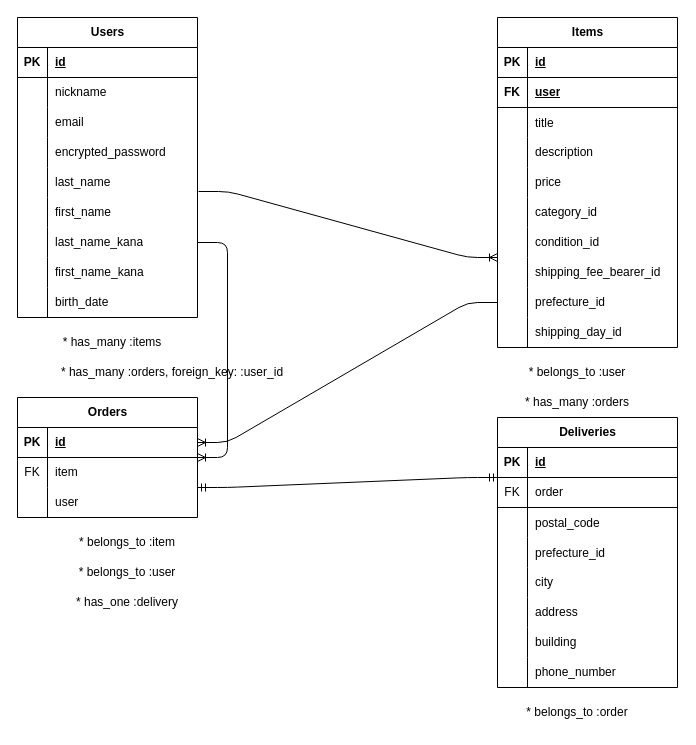
This is ERfile.dio from yout-a/furima-42334, a draw.io file, before an edit. Source tidied: cells renumbered, new cells numbered last; positions are measured from the earlier drawing's top-left corner, leaving out a move shared by most shapes. Both pictures are drawn from the tidied source at 100%, with x=0, y=0 at pixel (17, 17).
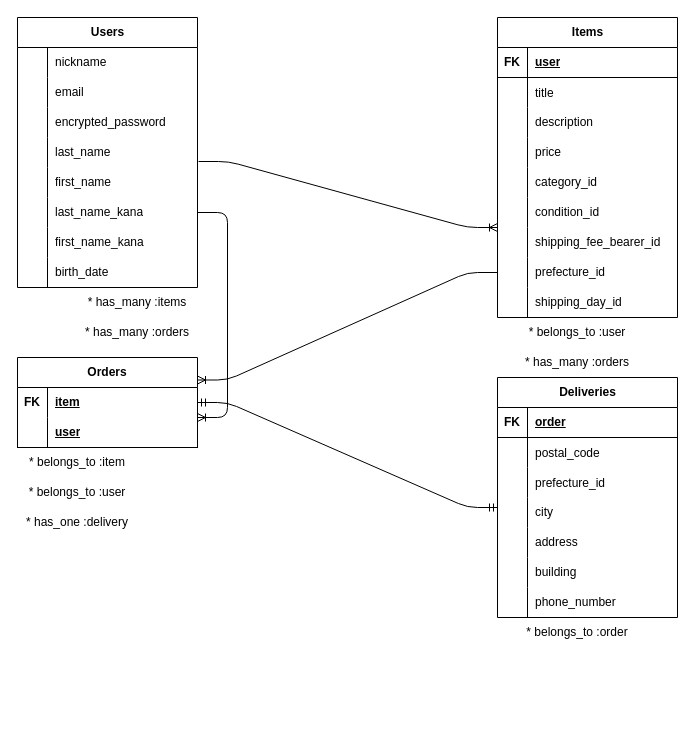
Above is the later version.

The edit, as a diff of the source:
```diff
@@
     <mxCell id="2" value="Users" style="shape=table;startSize=30;childLayout=tableLayout;rowLines=0;fontStyle=1;align=center;html=1;" parent="1" vertex="1">
-      <mxGeometry width="180" height="300" as="geometry" />
+      <mxGeometry width="180" height="270" as="geometry" />
     </mxCell>
-    <mxCell id="3" style="shape=tableRow;horizontal=0;startSize=0;swimlaneHead=0;swimlaneBody=0;fillColor=none;top=0;left=0;right=0;bottom=1;" parent="2" vertex="1">
-      <mxGeometry y="30" width="180" height="30" as="geometry" />
-    </mxCell>
-    <mxCell id="4" value="PK" style="shape=partialRectangle;fillColor=none;top=0;left=0;bottom=0;right=0;fontStyle=1;overflow=hidden;whiteSpace=wrap;html=1;" parent="3" vertex="1">
-      <mxGeometry width="30" height="30" as="geometry" />
-    </mxCell>
-    <mxCell id="5" value="id" style="shape=partialRectangle;fillColor=none;top=0;left=0;bottom=0;right=0;align=left;spacingLeft=6;fontStyle=5;overflow=hidden;whiteSpace=wrap;html=1;" parent="3" vertex="1">
-      <mxGeometry x="30" width="150" height="30" as="geometry" />
-    </mxCell>
     <mxCell id="6" style="shape=tableRow;horizontal=0;startSize=0;swimlaneHead=0;swimlaneBody=0;fillColor=none;top=0;left=0;right=0;bottom=0;" parent="2" vertex="1">
-      <mxGeometry y="60" width="180" height="30" as="geometry" />
+      <mxGeometry y="30" width="180" height="30" as="geometry" />
     </mxCell>
@@
     <mxCell id="9" style="shape=tableRow;horizontal=0;startSize=0;swimlaneHead=0;swimlaneBody=0;fillColor=none;top=0;left=0;right=0;bottom=0;" parent="2" vertex="1">
-      <mxGeometry y="90" width="180" height="30" as="geometry" />
+      <mxGeometry y="60" width="180" height="30" as="geometry" />
     </mxCell>
@@
     <mxCell id="12" style="shape=tableRow;horizontal=0;startSize=0;swimlaneHead=0;swimlaneBody=0;fillColor=none;top=0;left=0;right=0;bottom=0;" parent="2" vertex="1">
-      <mxGeometry y="120" width="180" height="30" as="geometry" />
+      <mxGeometry y="90" width="180" height="30" as="geometry" />
     </mxCell>
@@
     <mxCell id="15" style="shape=tableRow;horizontal=0;startSize=0;swimlaneHead=0;swimlaneBody=0;fillColor=none;points=[[0,0.5],[1,0.5]];portConstraint=eastwest;top=0;left=0;right=0;bottom=0;" parent="2" vertex="1">
-      <mxGeometry y="150" width="180" height="30" as="geometry" />
+      <mxGeometry y="120" width="180" height="30" as="geometry" />
     </mxCell>
@@
     <mxCell id="18" style="shape=tableRow;horizontal=0;startSize=0;swimlaneHead=0;swimlaneBody=0;fillColor=none;top=0;left=0;right=0;bottom=0;" parent="2" vertex="1">
-      <mxGeometry y="180" width="180" height="30" as="geometry" />
+      <mxGeometry y="150" width="180" height="30" as="geometry" />
     </mxCell>
@@
     <mxCell id="21" style="shape=tableRow;horizontal=0;startSize=0;swimlaneHead=0;swimlaneBody=0;fillColor=none;points=[[0,0.5],[1,0.5]];portConstraint=eastwest;top=0;left=0;right=0;bottom=0;" parent="2" vertex="1">
-      <mxGeometry y="210" width="180" height="30" as="geometry" />
+      <mxGeometry y="180" width="180" height="30" as="geometry" />
     </mxCell>
@@
     <mxCell id="24" style="shape=tableRow;horizontal=0;startSize=0;swimlaneHead=0;swimlaneBody=0;fillColor=none;top=0;left=0;right=0;bottom=0;" parent="2" vertex="1">
-      <mxGeometry y="240" width="180" height="30" as="geometry" />
+      <mxGeometry y="210" width="180" height="30" as="geometry" />
     </mxCell>
@@
     <mxCell id="27" style="shape=tableRow;horizontal=0;startSize=0;swimlaneHead=0;swimlaneBody=0;fillColor=none;top=0;left=0;right=0;bottom=0;" parent="2" vertex="1">
-      <mxGeometry y="270" width="180" height="30" as="geometry" />
+      <mxGeometry y="240" width="180" height="30" as="geometry" />
     </mxCell>
@@
     <mxCell id="30" value="Items" style="shape=table;startSize=30;childLayout=tableLayout;rowLines=0;fontStyle=1;align=center;html=1;" parent="1" vertex="1">
-      <mxGeometry x="480" width="180" height="330" as="geometry" />
+      <mxGeometry x="480" width="180" height="300" as="geometry" />
     </mxCell>
-    <mxCell id="31" style="shape=tableRow;horizontal=0;startSize=0;swimlaneHead=0;swimlaneBody=0;fillColor=none;top=0;left=0;right=0;bottom=1;" parent="30" vertex="1">
-      <mxGeometry y="30" width="180" height="30" as="geometry" />
-    </mxCell>
-    <mxCell id="32" value="PK" style="shape=partialRectangle;fillColor=none;top=0;left=0;bottom=0;right=0;fontStyle=1;overflow=hidden;whiteSpace=wrap;html=1;" parent="31" vertex="1">
-      <mxGeometry width="30" height="30" as="geometry" />
-    </mxCell>
-    <mxCell id="33" value="id" style="shape=partialRectangle;fillColor=none;top=0;left=0;bottom=0;right=0;align=left;spacingLeft=6;fontStyle=5;overflow=hidden;whiteSpace=wrap;html=1;" parent="31" vertex="1">
-      <mxGeometry x="30" width="150" height="30" as="geometry" />
-    </mxCell>
     <mxCell id="34" style="shape=tableRow;horizontal=0;startSize=0;swimlaneHead=0;swimlaneBody=0;fillColor=none;top=0;left=0;right=0;bottom=1;" parent="30" vertex="1">
-      <mxGeometry y="60" width="180" height="30" as="geometry" />
+      <mxGeometry y="30" width="180" height="30" as="geometry" />
     </mxCell>
@@
     <mxCell id="37" style="shape=tableRow;horizontal=0;startSize=0;swimlaneHead=0;swimlaneBody=0;fillColor=none;top=0;left=0;right=0;bottom=0;" parent="30" vertex="1">
-      <mxGeometry y="90" width="180" height="30" as="geometry" />
+      <mxGeometry y="60" width="180" height="30" as="geometry" />
     </mxCell>
@@
     <mxCell id="40" style="shape=tableRow;horizontal=0;startSize=0;swimlaneHead=0;swimlaneBody=0;fillColor=none;top=0;left=0;right=0;bottom=0;" parent="30" vertex="1">
-      <mxGeometry y="120" width="180" height="30" as="geometry" />
+      <mxGeometry y="90" width="180" height="30" as="geometry" />
     </mxCell>
@@
     <mxCell id="43" style="shape=tableRow;horizontal=0;startSize=0;swimlaneHead=0;swimlaneBody=0;fillColor=none;top=0;left=0;right=0;bottom=0;" parent="30" vertex="1">
-      <mxGeometry y="150" width="180" height="30" as="geometry" />
+      <mxGeometry y="120" width="180" height="30" as="geometry" />
     </mxCell>
@@
     <mxCell id="46" style="shape=tableRow;horizontal=0;startSize=0;swimlaneHead=0;swimlaneBody=0;fillColor=none;top=0;left=0;right=0;bottom=0;" parent="30" vertex="1">
-      <mxGeometry y="180" width="180" height="30" as="geometry" />
+      <mxGeometry y="150" width="180" height="30" as="geometry" />
     </mxCell>
@@
     <mxCell id="49" style="shape=tableRow;horizontal=0;startSize=0;swimlaneHead=0;swimlaneBody=0;fillColor=none;top=0;left=0;right=0;bottom=0;" parent="30" vertex="1">
-      <mxGeometry y="210" width="180" height="30" as="geometry" />
+      <mxGeometry y="180" width="180" height="30" as="geometry" />
     </mxCell>
@@
     <mxCell id="52" style="shape=tableRow;horizontal=0;startSize=0;swimlaneHead=0;swimlaneBody=0;fillColor=none;points=[[0,0.5],[1,0.5]];portConstraint=eastwest;top=0;left=0;right=0;bottom=0;" parent="30" vertex="1">
-      <mxGeometry y="240" width="180" height="30" as="geometry" />
+      <mxGeometry y="210" width="180" height="30" as="geometry" />
     </mxCell>
@@
     <mxCell id="55" style="shape=tableRow;horizontal=0;startSize=0;swimlaneHead=0;swimlaneBody=0;fillColor=none;points=[[0,0.5],[1,0.5]];portConstraint=eastwest;top=0;left=0;right=0;bottom=0;" parent="30" vertex="1">
-      <mxGeometry y="270" width="180" height="30" as="geometry" />
+      <mxGeometry y="240" width="180" height="30" as="geometry" />
     </mxCell>
@@
     <mxCell id="58" style="shape=tableRow;horizontal=0;startSize=0;swimlaneHead=0;swimlaneBody=0;fillColor=none;top=0;left=0;right=0;bottom=0;" parent="30" vertex="1">
-      <mxGeometry y="300" width="180" height="30" as="geometry" />
+      <mxGeometry y="270" width="180" height="30" as="geometry" />
     </mxCell>
@@
     <mxCell id="61" value="Deliveries" style="shape=table;startSize=30;childLayout=tableLayout;rowLines=0;fontStyle=1;align=center;html=1;" parent="1" vertex="1">
-      <mxGeometry x="480" y="400" width="180" height="270" as="geometry" />
+      <mxGeometry x="480" y="360" width="180" height="240" as="geometry" />
     </mxCell>
-    <mxCell id="62" style="shape=tableRow;horizontal=0;startSize=0;swimlaneHead=0;swimlaneBody=0;fillColor=none;top=0;left=0;right=0;bottom=1;" parent="61" vertex="1">
-      <mxGeometry y="30" width="180" height="30" as="geometry" />
-    </mxCell>
-    <mxCell id="63" value="PK" style="shape=partialRectangle;fillColor=none;top=0;left=0;bottom=0;right=0;fontStyle=1;overflow=hidden;whiteSpace=wrap;html=1;" parent="62" vertex="1">
-      <mxGeometry width="30" height="30" as="geometry" />
-    </mxCell>
-    <mxCell id="64" value="id" style="shape=partialRectangle;fillColor=none;top=0;left=0;bottom=0;right=0;align=left;spacingLeft=6;fontStyle=5;overflow=hidden;whiteSpace=wrap;html=1;" parent="62" vertex="1">
-      <mxGeometry x="30" width="150" height="30" as="geometry" />
-    </mxCell>
-    <mxCell id="65" style="shape=tableRow;horizontal=0;startSize=0;swimlaneHead=0;swimlaneBody=0;fillColor=none;points=[[0,0.5],[1,0.5]];portConstraint=eastwest;top=0;left=0;right=0;bottom=0;" parent="61" vertex="1">
-      <mxGeometry y="60" width="180" height="30" as="geometry" />
-    </mxCell>
-    <mxCell id="66" value="FK" style="shape=partialRectangle;fillColor=none;top=0;left=0;bottom=0;right=0;overflow=hidden;whiteSpace=wrap;html=1;" parent="65" vertex="1">
-      <mxGeometry width="30" height="30" as="geometry" />
-    </mxCell>
+    <mxCell id="109" style="shape=tableRow;horizontal=0;startSize=0;swimlaneHead=0;swimlaneBody=0;fillColor=none;top=0;left=0;right=0;bottom=1;" parent="61" vertex="1">
+      <mxGeometry y="30" width="180" height="30" as="geometry" />
+    </mxCell>
+    <mxCell id="110" value="FK" style="shape=partialRectangle;fillColor=none;top=0;left=0;bottom=0;right=0;fontStyle=1;overflow=hidden;whiteSpace=wrap;html=1;" parent="109" vertex="1">
+      <mxGeometry width="30" height="30" as="geometry" />
+    </mxCell>
-    <mxCell id="67" value="order" style="shape=partialRectangle;fillColor=none;top=0;left=0;bottom=0;right=0;align=left;spacingLeft=6;overflow=hidden;whiteSpace=wrap;html=1;" parent="65" vertex="1">
+    <mxCell id="67" value="order" style="shape=partialRectangle;fillColor=none;top=0;left=0;bottom=0;right=0;align=left;spacingLeft=6;fontStyle=5;overflow=hidden;whiteSpace=wrap;html=1;" parent="109" vertex="1">
       <mxGeometry x="30" width="150" height="30" as="geometry" />
     </mxCell>
     <mxCell id="68" style="shape=tableRow;horizontal=0;startSize=0;swimlaneHead=0;swimlaneBody=0;fillColor=none;points=[[0,0.5],[1,0.5]];portConstraint=eastwest;top=0;left=0;right=0;bottom=0;" parent="61" vertex="1">
-      <mxGeometry y="90" width="180" height="30" as="geometry" />
+      <mxGeometry y="60" width="180" height="30" as="geometry" />
     </mxCell>
@@
     <mxCell id="71" style="shape=tableRow;horizontal=0;startSize=0;swimlaneHead=0;swimlaneBody=0;fillColor=none;top=0;left=0;right=0;bottom=0;" parent="61" vertex="1">
-      <mxGeometry y="120" width="180" height="30" as="geometry" />
+      <mxGeometry y="90" width="180" height="30" as="geometry" />
     </mxCell>
@@
     <mxCell id="74" style="shape=tableRow;horizontal=0;startSize=0;swimlaneHead=0;swimlaneBody=0;fillColor=none;top=0;left=0;right=0;bottom=0;" parent="61" vertex="1">
-      <mxGeometry y="150" width="180" height="30" as="geometry" />
+      <mxGeometry y="120" width="180" height="30" as="geometry" />
     </mxCell>
@@
     <mxCell id="77" style="shape=tableRow;horizontal=0;startSize=0;swimlaneHead=0;swimlaneBody=0;fillColor=none;top=0;left=0;right=0;bottom=0;" parent="61" vertex="1">
-      <mxGeometry y="180" width="180" height="30" as="geometry" />
+      <mxGeometry y="150" width="180" height="30" as="geometry" />
     </mxCell>
@@
     <mxCell id="80" style="shape=tableRow;horizontal=0;startSize=0;swimlaneHead=0;swimlaneBody=0;fillColor=none;top=0;left=0;right=0;bottom=0;" parent="61" vertex="1">
-      <mxGeometry y="210" width="180" height="30" as="geometry" />
+      <mxGeometry y="180" width="180" height="30" as="geometry" />
     </mxCell>
@@
     <mxCell id="83" style="shape=tableRow;horizontal=0;startSize=0;swimlaneHead=0;swimlaneBody=0;fillColor=none;top=0;left=0;right=0;bottom=0;" parent="61" vertex="1">
-      <mxGeometry y="240" width="180" height="30" as="geometry" />
+      <mxGeometry y="210" width="180" height="30" as="geometry" />
     </mxCell>
@@
-    <mxCell id="86" style="endArrow=none;html=1;rounded=0;exitX=0;exitY=0;exitDx=0;exitDy=0;exitPerimeter=0;entryX=1;entryY=1;entryDx=0;entryDy=0;entryPerimeter=0;" parent="61" edge="1" source="68" target="65">
-      <mxGeometry relative="1" as="geometry" />
-    </mxCell>
-    <mxCell id="87" value="Orders" style="shape=table;startSize=30;childLayout=tableLayout;rowLines=0;fontStyle=1;align=center;html=1;" parent="1" vertex="1">
-      <mxGeometry y="380" width="180" height="120" as="geometry" />
-    </mxCell>
-    <mxCell id="88" style="shape=tableRow;horizontal=0;startSize=0;swimlaneHead=0;swimlaneBody=0;fillColor=none;points=[[0,0.5],[1,0.5]];portConstraint=eastwest;top=0;left=0;right=0;bottom=1;" parent="87" vertex="1">
-      <mxGeometry y="30" width="180" height="30" as="geometry" />
-    </mxCell>
-    <mxCell id="89" value="PK" style="shape=partialRectangle;fillColor=none;top=0;left=0;bottom=0;right=0;fontStyle=1;overflow=hidden;whiteSpace=wrap;html=1;" parent="88" vertex="1">
-      <mxGeometry width="30" height="30" as="geometry" />
-    </mxCell>
-    <mxCell id="90" value="id" style="shape=partialRectangle;fillColor=none;top=0;left=0;bottom=0;right=0;align=left;spacingLeft=6;fontStyle=5;overflow=hidden;whiteSpace=wrap;html=1;" parent="88" vertex="1">
-      <mxGeometry x="30" width="150" height="30" as="geometry" />
-    </mxCell>
-    <mxCell id="91" style="shape=tableRow;horizontal=0;startSize=0;swimlaneHead=0;swimlaneBody=0;fillColor=none;top=0;left=0;right=0;bottom=0;" parent="87" vertex="1">
-      <mxGeometry y="60" width="180" height="30" as="geometry" />
-    </mxCell>
-    <mxCell id="92" value="FK" style="shape=partialRectangle;fillColor=none;top=0;left=0;bottom=0;right=0;overflow=hidden;whiteSpace=wrap;html=1;" parent="91" vertex="1">
-      <mxGeometry width="30" height="30" as="geometry" />
-    </mxCell>
-    <mxCell id="93" value="item" style="shape=partialRectangle;fillColor=none;top=0;left=0;bottom=0;right=0;align=left;spacingLeft=6;overflow=hidden;whiteSpace=wrap;html=1;" parent="91" vertex="1">
-      <mxGeometry x="30" width="150" height="30" as="geometry" />
-    </mxCell>
-    <mxCell id="94" style="shape=tableRow;horizontal=0;startSize=0;swimlaneHead=0;swimlaneBody=0;fillColor=none;points=[[0,0.5],[1,0.5]];portConstraint=eastwest;top=0;left=0;right=0;bottom=0;" parent="87" vertex="1">
-      <mxGeometry y="90" width="180" height="30" as="geometry" />
-    </mxCell>
-    <mxCell id="95" style="shape=partialRectangle;fillColor=none;top=0;left=0;bottom=0;right=0;overflow=hidden;whiteSpace=wrap;html=1;" parent="94" vertex="1">
-      <mxGeometry width="30" height="30" as="geometry" />
-    </mxCell>
-    <mxCell id="96" value="user" style="shape=partialRectangle;fillColor=none;top=0;left=0;bottom=0;right=0;align=left;spacingLeft=6;overflow=hidden;whiteSpace=wrap;html=1;" parent="94" vertex="1">
-      <mxGeometry x="30" width="150" height="30" as="geometry" />
-    </mxCell>
@@
-    <mxCell id="98" style="edgeStyle=entityRelationEdgeStyle;fontSize=12;html=1;endArrow=ERoneToMany;exitX=1;exitY=0.5;exitDx=0;exitDy=0;" parent="1" edge="1" source="21" target="87">
+    <mxCell id="98" style="edgeStyle=entityRelationEdgeStyle;fontSize=12;html=1;endArrow=ERoneToMany;exitX=1;exitY=0.5;exitDx=0;exitDy=0;entryX=1;entryY=0;entryDx=0;entryDy=0;entryPerimeter=0;" parent="1" edge="1" source="21" target="113">
       <mxGeometry relative="1" as="geometry" />
     </mxCell>
-    <mxCell id="99" style="edgeStyle=entityRelationEdgeStyle;fontSize=12;html=1;endArrow=ERoneToMany;entryX=1;entryY=0.5;entryDx=0;entryDy=0;exitX=0;exitY=0.5;exitDx=0;exitDy=0;" parent="1" edge="1" source="55" target="88">
+    <mxCell id="99" style="edgeStyle=entityRelationEdgeStyle;fontSize=12;html=1;endArrow=ERoneToMany;entryX=1;entryY=0.25;entryDx=0;entryDy=0;exitX=0;exitY=0.5;exitDx=0;exitDy=0;" parent="1" edge="1" source="55" target="87">
       <mxGeometry relative="1" as="geometry" />
     </mxCell>
-    <mxCell id="100" style="edgeStyle=entityRelationEdgeStyle;fontSize=12;html=1;endArrow=ERmandOne;startArrow=ERmandOne;exitX=1;exitY=0;exitDx=0;exitDy=0;exitPerimeter=0;entryX=0;entryY=0;entryDx=0;entryDy=0;entryPerimeter=0;" parent="1" edge="1" source="94" target="65">
-      <mxGeometry relative="1" as="geometry" />
+    <mxCell id="100" style="edgeStyle=entityRelationEdgeStyle;fontSize=12;html=1;endArrow=ERmandOne;startArrow=ERmandOne;exitX=1;exitY=0.5;exitDx=0;exitDy=0;entryX=0;entryY=0;entryDx=0;entryDy=0;entryPerimeter=0;" parent="1" edge="1" source="111">
+      <mxGeometry relative="1" as="geometry">
+        <mxPoint x="480" y="490" as="targetPoint" />
+      </mxGeometry>
     </mxCell>
     <mxCell id="101" value="* has_many :items" style="text;strokeColor=none;align=center;fillColor=none;html=1;verticalAlign=middle;whiteSpace=wrap;rounded=0;" parent="1" vertex="1">
-      <mxGeometry x="10" y="310" width="170" height="30" as="geometry" />
+      <mxGeometry x="55" y="270" width="130" height="30" as="geometry" />
     </mxCell>
-    <mxCell id="102" value="* has_many :orders, foreign_key: :user_id" style="text;strokeColor=none;align=center;fillColor=none;html=1;verticalAlign=middle;whiteSpace=wrap;rounded=0;" parent="1" vertex="1">
-      <mxGeometry x="10" y="340" width="290" height="30" as="geometry" />
+    <mxCell id="102" value="* has_many :orders" style="text;strokeColor=none;align=center;fillColor=none;html=1;verticalAlign=middle;whiteSpace=wrap;rounded=0;" parent="1" vertex="1">
+      <mxGeometry x="50" y="300" width="140" height="30" as="geometry" />
     </mxCell>
     <mxCell id="103" value="* belongs_to :user" style="text;strokeColor=none;align=center;fillColor=none;html=1;verticalAlign=middle;whiteSpace=wrap;rounded=0;" parent="1" vertex="1">
-      <mxGeometry x="480" y="340" width="160" height="30" as="geometry" />
+      <mxGeometry x="480" y="300" width="160" height="30" as="geometry" />
     </mxCell>
     <mxCell id="104" value="* has_many :orders" style="text;strokeColor=none;align=center;fillColor=none;html=1;verticalAlign=middle;whiteSpace=wrap;rounded=0;" parent="1" vertex="1">
-      <mxGeometry x="480" y="370" width="160" height="30" as="geometry" />
+      <mxGeometry x="480" y="330" width="160" height="30" as="geometry" />
     </mxCell>
     <mxCell id="105" value="* belongs_to :item" style="text;strokeColor=none;align=center;fillColor=none;html=1;verticalAlign=middle;whiteSpace=wrap;rounded=0;" parent="1" vertex="1">
-      <mxGeometry x="40" y="510" width="140" height="30" as="geometry" />
+      <mxGeometry y="430" width="120" height="30" as="geometry" />
     </mxCell>
     <mxCell id="106" value="* belongs_to :user" style="text;strokeColor=none;align=center;fillColor=none;html=1;verticalAlign=middle;whiteSpace=wrap;rounded=0;" parent="1" vertex="1">
-      <mxGeometry x="40" y="540" width="140" height="30" as="geometry" />
+      <mxGeometry y="460" width="120" height="30" as="geometry" />
     </mxCell>
     <mxCell id="107" value="* has_one :delivery" style="text;strokeColor=none;align=center;fillColor=none;html=1;verticalAlign=middle;whiteSpace=wrap;rounded=0;" parent="1" vertex="1">
-      <mxGeometry x="40" y="570" width="140" height="30" as="geometry" />
+      <mxGeometry y="490" width="120" height="30" as="geometry" />
     </mxCell>
     <mxCell id="108" value="* belongs_to :order" style="text;strokeColor=none;align=center;fillColor=none;html=1;verticalAlign=middle;whiteSpace=wrap;rounded=0;" parent="1" vertex="1">
-      <mxGeometry x="480" y="680" width="160" height="30" as="geometry" />
+      <mxGeometry x="480" y="600" width="160" height="30" as="geometry" />
     </mxCell>
+    <mxCell id="87" value="Orders" style="shape=table;startSize=30;childLayout=tableLayout;rowLines=0;fontStyle=1;align=center;html=1;whiteSpace=wrap;" parent="1" vertex="1">
+      <mxGeometry y="340" width="180" height="90" as="geometry" />
+    </mxCell>
+    <mxCell id="111" style="shape=tableRow;horizontal=0;startSize=0;swimlaneHead=0;swimlaneBody=0;fillColor=none;points=[[0,0.5],[1,0.5]];portConstraint=eastwest;top=0;left=0;right=0;bottom=0;html=1;" parent="87" vertex="1">
+      <mxGeometry y="30" width="180" height="30" as="geometry" />
+    </mxCell>
+    <mxCell id="112" value="FK" style="shape=partialRectangle;fillColor=none;top=0;left=0;bottom=0;right=0;fontStyle=1;overflow=hidden;html=1;whiteSpace=wrap;" parent="111" vertex="1">
+      <mxGeometry width="30" height="30" as="geometry" />
+    </mxCell>
+    <mxCell id="93" value="item" style="shape=partialRectangle;fillColor=none;top=0;left=0;bottom=0;right=0;align=left;spacingLeft=6;fontStyle=5;overflow=hidden;html=1;whiteSpace=wrap;" parent="111" vertex="1">
+      <mxGeometry x="30" width="150" height="30" as="geometry" />
+    </mxCell>
+    <mxCell id="113" style="shape=tableRow;horizontal=0;startSize=0;swimlaneHead=0;swimlaneBody=0;fillColor=none;points=[[0,0.5],[1,0.5]];portConstraint=eastwest;top=0;left=0;right=0;bottom=1;html=1;" parent="87" vertex="1">
+      <mxGeometry y="60" width="180" height="30" as="geometry" />
+    </mxCell>
+    <mxCell id="114" style="shape=partialRectangle;fillColor=none;top=0;left=0;bottom=0;right=0;fontStyle=1;overflow=hidden;html=1;whiteSpace=wrap;" parent="113" vertex="1">
+      <mxGeometry width="30" height="30" as="geometry" />
+    </mxCell>
+    <mxCell id="96" value="user" style="shape=partialRectangle;fillColor=none;top=0;left=0;bottom=0;right=0;align=left;spacingLeft=6;fontStyle=5;overflow=hidden;html=1;whiteSpace=wrap;" parent="113" vertex="1">
+      <mxGeometry x="30" width="150" height="30" as="geometry" />
+    </mxCell>
```
